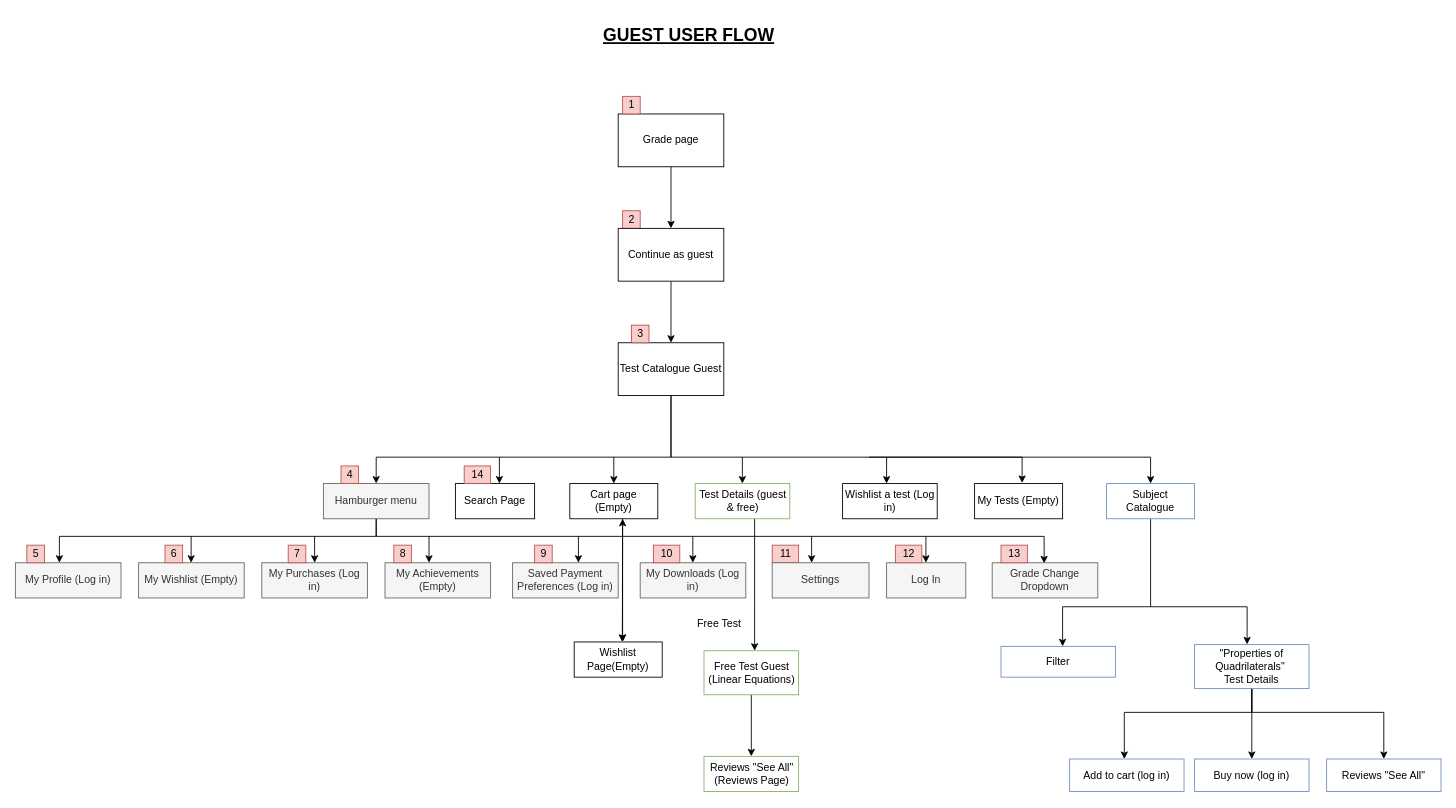
NetraRk/Bookstore-website-html-css keeps this draw.io diagram as page "Guest user flow" (1 of 2) of Untitled Diagram.drawio. Above is the earlier version. Source tidied: cells renumbered, new cells numbered last; positions are measured from the earlier drawing's top-left corner, leaving out a move shared by most shapes. Both pictures are drawn from the tidied source at 88%, with x=0, y=0 at pixel (15, 26).
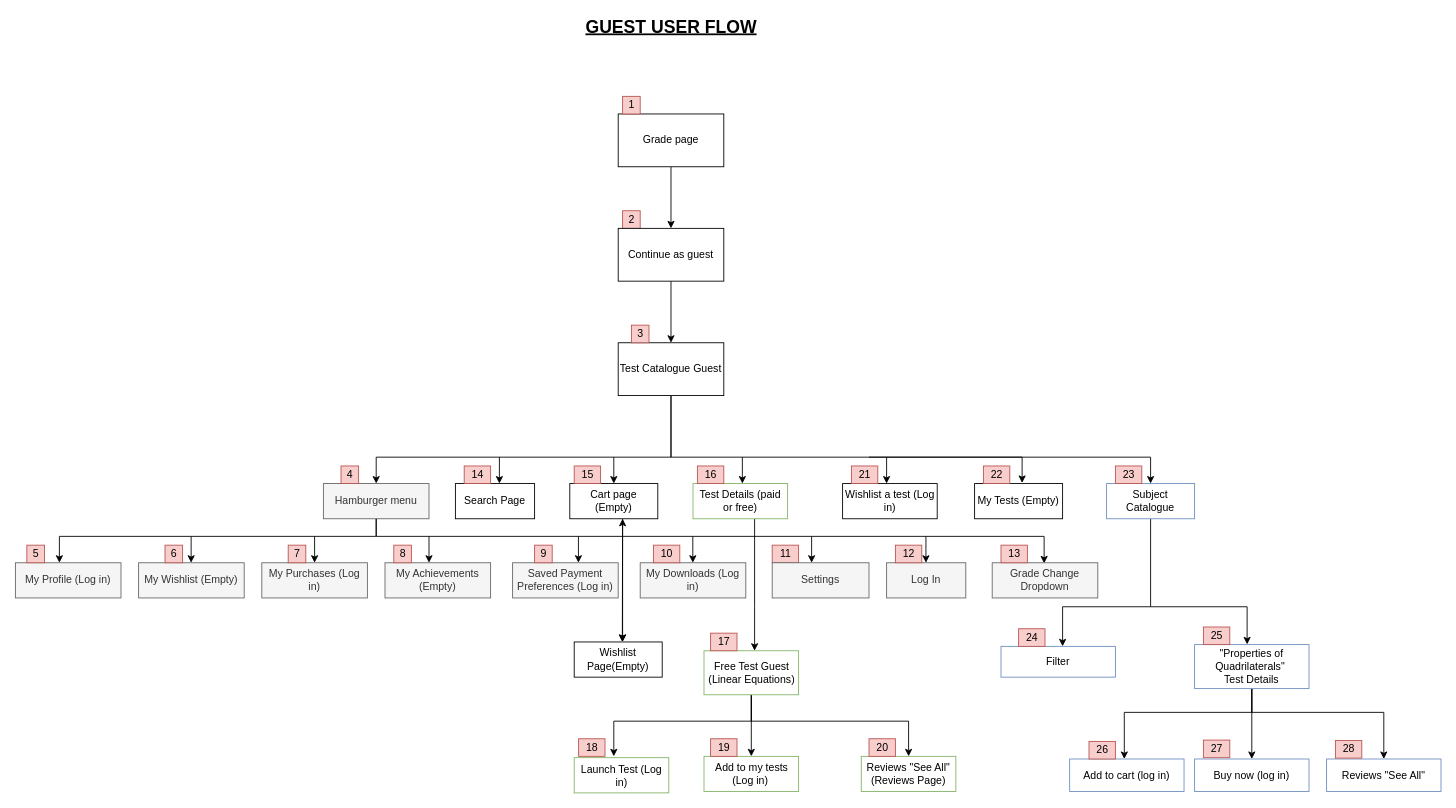
Above is the later version.

Commit message:
Native app

The change refers to these unchanged cells:
```xml
<mxCell id="55" value="Free Test Guest (Linear Equations)" style="rounded=0;whiteSpace=wrap;html=1;strokeColor=#82b366;fillColor=#FFFFFF;" parent="1" vertex="1">
  <mxGeometry x="782.5" y="710" width="107.5" height="50" as="geometry" />
</mxCell>
```

What changed in the source:
```diff
@@
     <mxCell id="4" value="&lt;font style=&quot;font-size: 20px&quot;&gt;&lt;b&gt;&lt;u&gt;GUEST USER FLOW&lt;/u&gt;&lt;/b&gt;&lt;/font&gt;" style="text;html=1;align=center;verticalAlign=middle;strokeColor=none;" parent="1" vertex="1">
-      <mxGeometry x="660" width="210" height="20" as="geometry" />
+      <mxGeometry x="640" y="-10" width="210" height="20" as="geometry" />
     </mxCell>
@@
-    <mxCell id="21" value="Test Details (guest &amp;amp; free)" style="rounded=0;whiteSpace=wrap;html=1;strokeColor=#82b366;fillColor=#FFFFFF;" parent="1" vertex="1">
-      <mxGeometry x="772.5" y="520" width="107.5" height="40" as="geometry" />
+    <mxCell id="21" value="Test Details (paid or free)" style="rounded=0;whiteSpace=wrap;html=1;strokeColor=#82b366;fillColor=#FFFFFF;" parent="1" vertex="1">
+      <mxGeometry x="770" y="520" width="107.5" height="40" as="geometry" />
     </mxCell>
@@
-    <mxCell id="53" value="14" style="text;html=1;align=center;verticalAlign=middle;strokeColor=#b85450;fillColor=#f8cecc;" parent="1" vertex="1">
-      <mxGeometry x="510" y="500" width="30" height="20" as="geometry" />
-    </mxCell>
@@
+    <mxCell id="72" style="edgeStyle=orthogonalEdgeStyle;rounded=0;jettySize=auto;html=1;shadow=0;" parent="1" edge="1" source="55">
+      <mxGeometry relative="1" as="geometry">
+        <mxPoint x="680" y="830" as="targetPoint" />
+        <Array as="points">
+          <mxPoint x="836" y="790" />
+          <mxPoint x="680" y="790" />
+        </Array>
+      </mxGeometry>
+    </mxCell>
+    <mxCell id="73" style="edgeStyle=orthogonalEdgeStyle;rounded=0;jettySize=auto;html=1;shadow=0;" parent="1" edge="1" source="55" target="76">
+      <mxGeometry relative="1" as="geometry">
+        <Array as="points">
+          <mxPoint x="836" y="790" />
+          <mxPoint x="1015" y="790" />
+        </Array>
+      </mxGeometry>
+    </mxCell>
@@
-    <mxCell id="56" value="Free Test" style="text;html=1;strokeColor=none;fillColor=none;align=center;verticalAlign=middle;whiteSpace=wrap;rounded=0;" parent="1" vertex="1">
-      <mxGeometry x="770" y="670" width="60" height="20" as="geometry" />
-    </mxCell>
@@
-    <mxCell id="67" value="Reviews &quot;See All&quot; (Reviews Page)" style="rounded=0;whiteSpace=wrap;html=1;strokeColor=#82b366;fillColor=#FFFFFF;" parent="1" vertex="1">
+    <mxCell id="67" value="Add to my tests (Log in)&amp;nbsp;" style="rounded=0;whiteSpace=wrap;html=1;strokeColor=#82b366;fillColor=#FFFFFF;" parent="1" vertex="1">
       <mxGeometry x="782.5" y="830" width="107.5" height="40" as="geometry" />
     </mxCell>
@@
+    <mxCell id="53" value="14" style="text;html=1;align=center;verticalAlign=middle;strokeColor=#b85450;fillColor=#f8cecc;" parent="1" vertex="1">
+      <mxGeometry x="510" y="500" width="30" height="20" as="geometry" />
+    </mxCell>
+    <mxCell id="74" value="15" style="text;html=1;align=center;verticalAlign=middle;strokeColor=#b85450;fillColor=#f8cecc;" parent="1" vertex="1">
+      <mxGeometry x="635" y="500" width="30" height="20" as="geometry" />
+    </mxCell>
+    <mxCell id="75" value="Launch Test (Log in)" style="rounded=0;whiteSpace=wrap;html=1;strokeColor=#82b366;fillColor=#FFFFFF;" parent="1" vertex="1">
+      <mxGeometry x="635" y="831.5" width="107.5" height="40" as="geometry" />
+    </mxCell>
+    <mxCell id="76" value="Reviews &quot;See All&quot; (Reviews Page)" style="rounded=0;whiteSpace=wrap;html=1;strokeColor=#82b366;fillColor=#FFFFFF;" parent="1" vertex="1">
+      <mxGeometry x="961.2" y="830" width="107.5" height="40" as="geometry" />
+    </mxCell>
+    <mxCell id="77" value="16" style="text;html=1;align=center;verticalAlign=middle;strokeColor=#b85450;fillColor=#f8cecc;" parent="1" vertex="1">
+      <mxGeometry x="775" y="500" width="30" height="20" as="geometry" />
+    </mxCell>
+    <mxCell id="78" value="17" style="text;html=1;align=center;verticalAlign=middle;strokeColor=#b85450;fillColor=#f8cecc;" parent="1" vertex="1">
+      <mxGeometry x="790" y="690" width="30" height="20" as="geometry" />
+    </mxCell>
+    <mxCell id="79" value="18" style="text;html=1;align=center;verticalAlign=middle;strokeColor=#b85450;fillColor=#f8cecc;" parent="1" vertex="1">
+      <mxGeometry x="640" y="810" width="30" height="20" as="geometry" />
+    </mxCell>
+    <mxCell id="80" value="19" style="text;html=1;align=center;verticalAlign=middle;strokeColor=#b85450;fillColor=#f8cecc;" parent="1" vertex="1">
+      <mxGeometry x="790" y="810" width="30" height="20" as="geometry" />
+    </mxCell>
+    <mxCell id="81" value="20" style="text;html=1;align=center;verticalAlign=middle;strokeColor=#b85450;fillColor=#f8cecc;" parent="1" vertex="1">
+      <mxGeometry x="970" y="810" width="30" height="20" as="geometry" />
+    </mxCell>
+    <mxCell id="82" value="21" style="text;html=1;align=center;verticalAlign=middle;strokeColor=#b85450;fillColor=#f8cecc;" parent="1" vertex="1">
+      <mxGeometry x="950" y="500" width="30" height="20" as="geometry" />
+    </mxCell>
+    <mxCell id="83" value="22" style="text;html=1;align=center;verticalAlign=middle;strokeColor=#b85450;fillColor=#f8cecc;" parent="1" vertex="1">
+      <mxGeometry x="1100" y="500" width="30" height="20" as="geometry" />
+    </mxCell>
+    <mxCell id="84" value="23" style="text;html=1;align=center;verticalAlign=middle;strokeColor=#b85450;fillColor=#f8cecc;" parent="1" vertex="1">
+      <mxGeometry x="1250" y="500" width="30" height="20" as="geometry" />
+    </mxCell>
+    <mxCell id="85" value="24" style="text;html=1;align=center;verticalAlign=middle;strokeColor=#b85450;fillColor=#f8cecc;" parent="1" vertex="1">
+      <mxGeometry x="1140" y="685" width="30" height="20" as="geometry" />
+    </mxCell>
+    <mxCell id="86" value="25" style="text;html=1;align=center;verticalAlign=middle;strokeColor=#b85450;fillColor=#f8cecc;" parent="1" vertex="1">
+      <mxGeometry x="1350" y="683" width="30" height="20" as="geometry" />
+    </mxCell>
+    <mxCell id="87" value="26" style="text;html=1;align=center;verticalAlign=middle;strokeColor=#b85450;fillColor=#f8cecc;" parent="1" vertex="1">
+      <mxGeometry x="1220" y="813" width="30" height="20" as="geometry" />
+    </mxCell>
+    <mxCell id="88" value="27" style="text;html=1;align=center;verticalAlign=middle;strokeColor=#b85450;fillColor=#f8cecc;" parent="1" vertex="1">
+      <mxGeometry x="1350" y="811.5" width="30" height="20" as="geometry" />
+    </mxCell>
+    <mxCell id="89" value="28" style="text;html=1;align=center;verticalAlign=middle;strokeColor=#b85450;fillColor=#f8cecc;" parent="1" vertex="1">
+      <mxGeometry x="1500" y="812" width="30" height="20" as="geometry" />
+    </mxCell>
```
